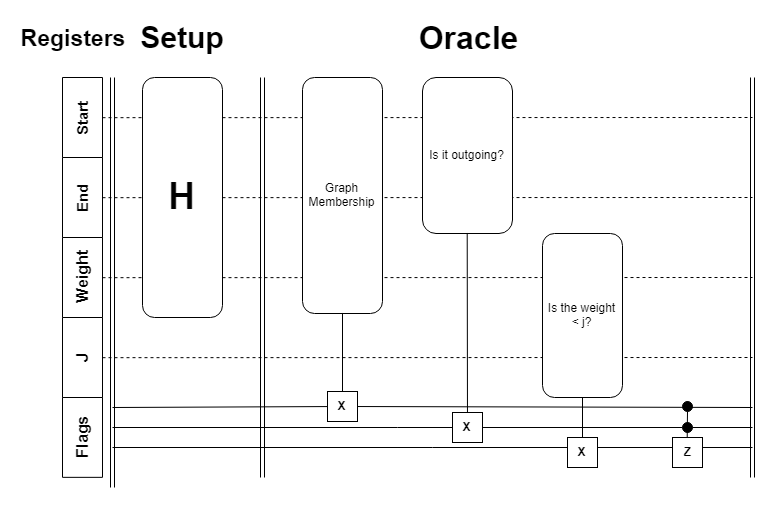
Above: Minimum_Spanning_Tree/Oracle-Grover-SchemeMST.png in zommiommy/quantum_research (draw.io), before the change. Source tidied: cells renumbered, new cells last; positions are measured from the earlier drawing's top-left corner, leaving out a move shared by most shapes.
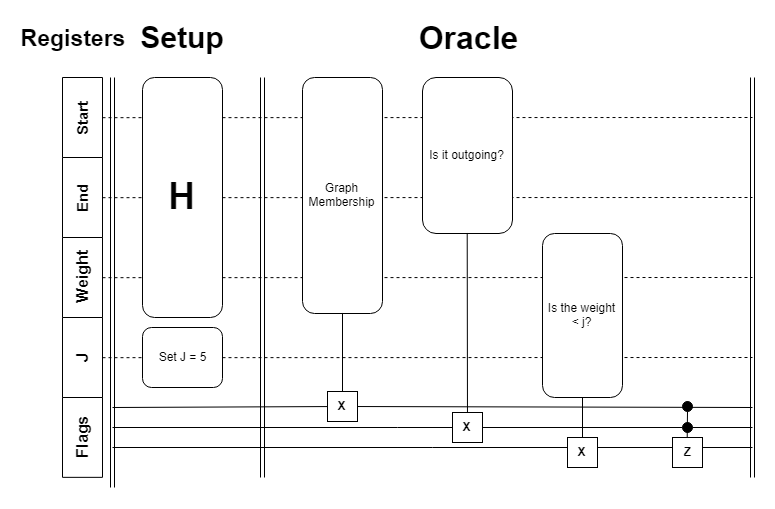
Above is the later version.

Diff of the diagram source:
```diff
@@ -141,5 +141,8 @@
     <mxCell id="36" value="&lt;b&gt;&lt;font style=&quot;font-size: 16px&quot;&gt;J&lt;/font&gt;&lt;/b&gt;&lt;br&gt;" style="rounded=0;whiteSpace=wrap;html=1;direction=east;rotation=-90;" parent="1" vertex="1">
       <mxGeometry y="310" width="80" height="40" as="geometry" />
     </mxCell>
+    <mxCell id="37" value="Set J = 5" style="rounded=1;whiteSpace=wrap;html=1;fillColor=#FFFFFF;" parent="1" vertex="1">
+      <mxGeometry x="100" y="300" width="80" height="60" as="geometry" />
+    </mxCell>
   </root>
 </mxGraphModel>
```
